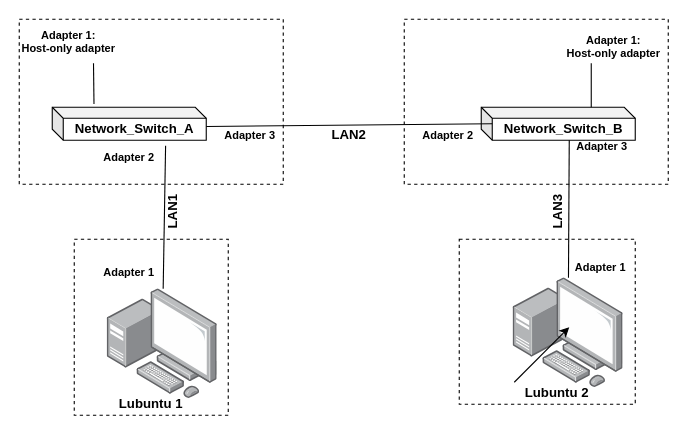
Kjersheim/DataNetworksIntro2023 keeps this draw.io diagram as documentation/E02/E02NetworkChart_01.drawio. Above is the earlier version. Source tidied: cells renumbered, new cells numbered last; positions are measured from the earlier drawing's top-left corner, leaving out a move shared by most shapes. Both pictures are drawn from the tidied source at 110%, with x=0, y=0 at pixel (19, 19).
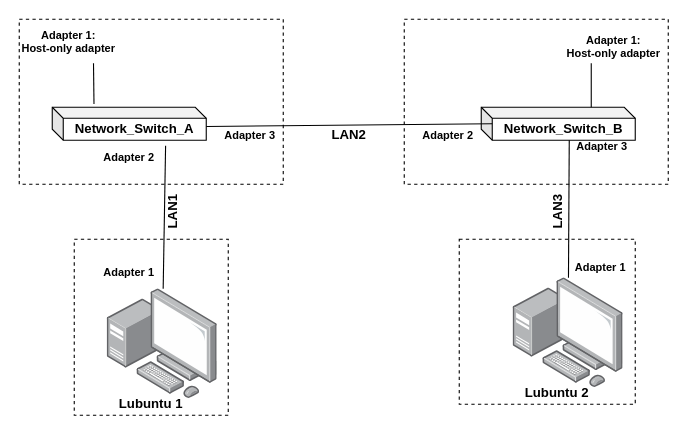
The same diagram, later.

Commit message (it also covers changes not shown here):
Some minor estetical changes(removed an arrow and moved text around) on diagrams

The edit, as a diff of the source:
```diff
@@
-    <mxCell id="29" style="endArrow=classic;html=1;rounded=0;fontSize=10;" parent="1" edge="1">
-      <mxGeometry relative="1" as="geometry">
-        <mxPoint x="450" y="330" as="sourcePoint" />
-        <mxPoint x="500" y="280" as="targetPoint" />
-      </mxGeometry>
-    </mxCell>
```
